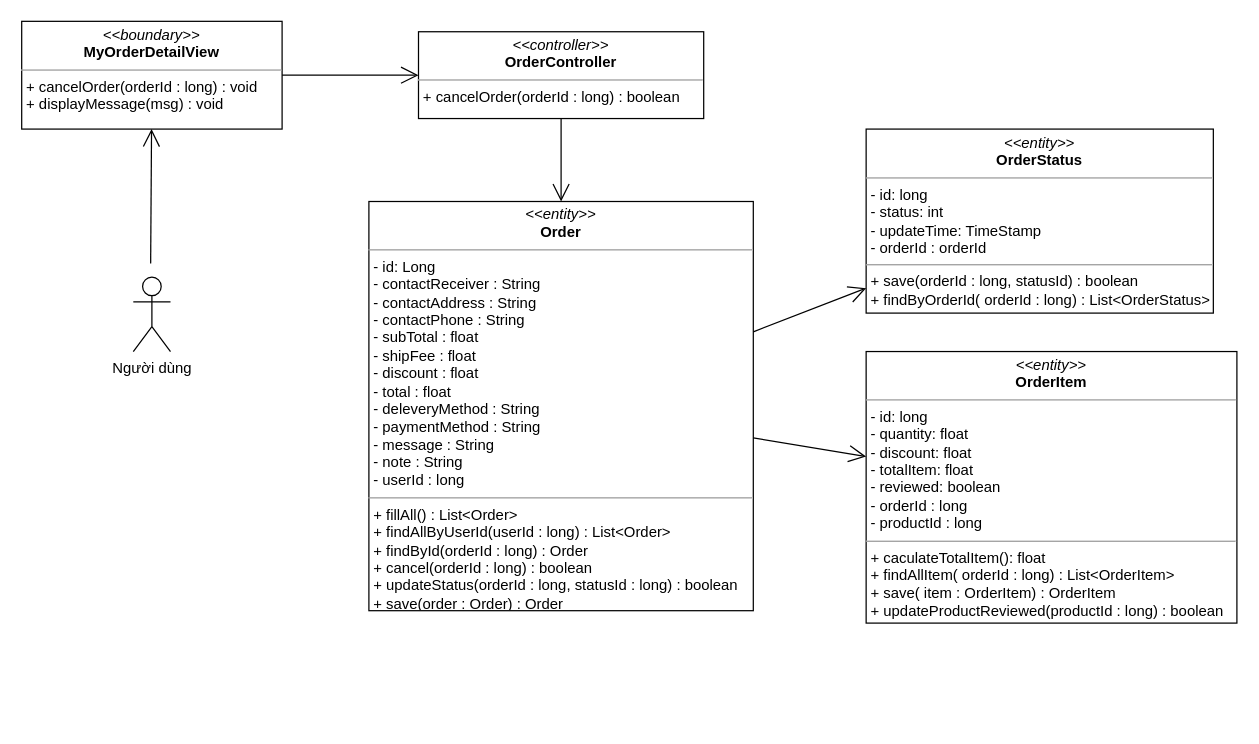
This is class diagram/cancel-order-class-diagram.drawio from nguyenphamvan/datn_20202, a draw.io file, before an edit. Source tidied: cells renumbered, new cells numbered last; positions are measured from the earlier drawing's top-left corner, leaving out a move shared by most shapes. Both pictures are drawn from the tidied source at 124%, with x=0, y=0 at pixel (21, 21).
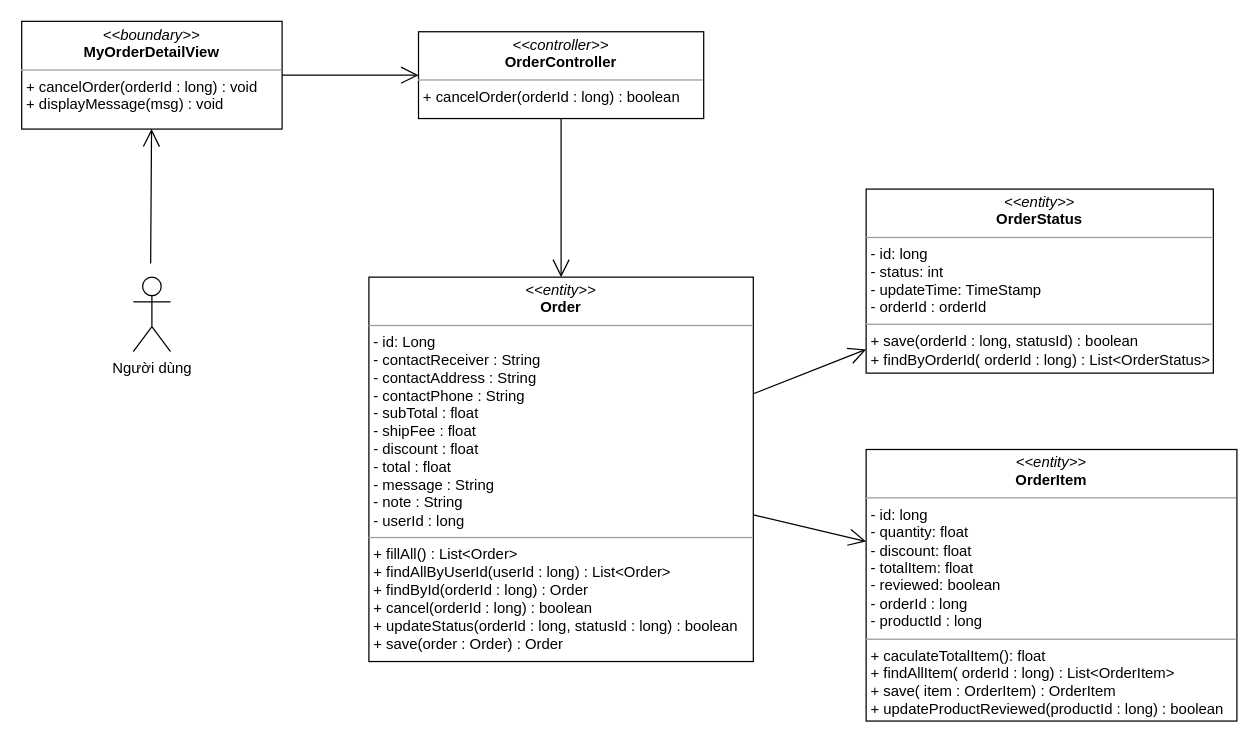
Above is the later version.

Change to the diagram source:
```diff
@@
 <mxGraphModel>
   <root>
     <mxCell id="0" />
     <mxCell id="1" parent="0" />
     <mxCell id="2" value="&lt;p style=&quot;margin: 0px ; margin-top: 4px ; text-align: center&quot;&gt;&lt;i&gt;&amp;lt;&amp;lt;boundary&amp;gt;&amp;gt;&lt;/i&gt;&lt;br&gt;&lt;b&gt;MyOrderDetailView&lt;/b&gt;&lt;/p&gt;&lt;hr size=&quot;1&quot;&gt;&lt;p style=&quot;margin: 0px ; margin-left: 4px&quot;&gt;&lt;span&gt;+ cancelOrder(orderId : long) : void&lt;/span&gt;&lt;/p&gt;&lt;p style=&quot;margin: 0px ; margin-left: 4px&quot;&gt;&lt;span&gt;+ displayMessage(msg) : void&amp;nbsp;&lt;/span&gt;&lt;/p&gt;" style="verticalAlign=top;align=left;overflow=fill;fontSize=12;fontFamily=Helvetica;html=1;" parent="1" vertex="1">
       <mxGeometry y="-0.3" width="210" height="86.9" as="geometry" />
     </mxCell>
     <mxCell id="3" style="endArrow=open;endFill=1;endSize=12;html=1;exitX=1;exitY=0.5;exitDx=0;exitDy=0;" parent="1" edge="1" source="2" target="4">
       <mxGeometry relative="1" as="geometry" />
     </mxCell>
     <mxCell id="4" value="&lt;p style=&quot;margin: 0px ; margin-top: 4px ; text-align: center&quot;&gt;&lt;i&gt;&amp;lt;&amp;lt;controller&amp;gt;&amp;gt;&lt;/i&gt;&lt;br&gt;&lt;b&gt;OrderController&lt;/b&gt;&lt;/p&gt;&lt;hr size=&quot;1&quot;&gt;&lt;p style=&quot;margin: 0px ; margin-left: 4px&quot;&gt;+ cancelOrder(orderId : long) : boolean&lt;br&gt;&lt;/p&gt;" style="verticalAlign=top;align=left;overflow=fill;fontSize=12;fontFamily=Helvetica;html=1;" parent="1" vertex="1">
       <mxGeometry x="320" y="8.1" width="230" height="70" as="geometry" />
     </mxCell>
     <mxCell id="5" style="endArrow=open;endFill=1;endSize=12;html=1;" parent="1" edge="1" source="4" target="8">
       <mxGeometry relative="1" as="geometry" />
     </mxCell>
     <mxCell id="6" value="&lt;p style=&quot;margin: 0px ; margin-top: 4px ; text-align: center&quot;&gt;&lt;i&gt;&amp;lt;&amp;lt;entity&amp;gt;&amp;gt;&lt;/i&gt;&lt;br&gt;&lt;b&gt;OrderItem&lt;/b&gt;&lt;/p&gt;&lt;hr size=&quot;1&quot;&gt;&lt;p style=&quot;margin: 0px ; margin-left: 4px&quot;&gt;- id: long&lt;/p&gt;&lt;p style=&quot;margin: 0px ; margin-left: 4px&quot;&gt;- quantity: float&lt;br&gt;- discount: float&lt;/p&gt;&lt;p style=&quot;margin: 0px ; margin-left: 4px&quot;&gt;- totalItem: float&lt;/p&gt;&lt;p style=&quot;margin: 0px ; margin-left: 4px&quot;&gt;- reviewed: boolean&lt;/p&gt;&lt;p style=&quot;margin: 0px ; margin-left: 4px&quot;&gt;- orderId : long&lt;/p&gt;&lt;p style=&quot;margin: 0px ; margin-left: 4px&quot;&gt;- productId : long&lt;/p&gt;&lt;hr size=&quot;1&quot;&gt;&lt;p style=&quot;margin: 0px 0px 0px 4px&quot;&gt;+ caculateTotalItem(): float&lt;br&gt;&lt;/p&gt;&lt;p style=&quot;margin: 0px 0px 0px 4px&quot;&gt;+ findAllItem( orderId : long) : List&amp;lt;OrderItem&amp;gt;&lt;br&gt;&lt;/p&gt;&lt;p style=&quot;margin: 0px 0px 0px 4px&quot;&gt;+ save( item : OrderItem) : OrderItem&lt;/p&gt;&lt;p style=&quot;margin: 0px 0px 0px 4px&quot;&gt;+ updateProductReviewed(productId : long) : boolean&lt;/p&gt;" style="verticalAlign=top;align=left;overflow=fill;fontSize=12;fontFamily=Helvetica;html=1;" parent="1" vertex="1">
-      <mxGeometry x="681" y="266" width="299" height="219" as="geometry" />
+      <mxGeometry x="681" y="345" width="299" height="219" as="geometry" />
     </mxCell>
     <mxCell id="7" value="&lt;p style=&quot;margin: 0px ; margin-top: 4px ; text-align: center&quot;&gt;&lt;i&gt;&amp;lt;&amp;lt;entity&amp;gt;&amp;gt;&lt;/i&gt;&lt;br&gt;&lt;b&gt;OrderStatus&lt;/b&gt;&lt;/p&gt;&lt;hr size=&quot;1&quot;&gt;&lt;p style=&quot;margin: 0px ; margin-left: 4px&quot;&gt;- id: long&lt;/p&gt;&lt;p style=&quot;margin: 0px ; margin-left: 4px&quot;&gt;- status: int&lt;br&gt;- updateTime: TimeStamp&lt;/p&gt;&lt;p style=&quot;margin: 0px ; margin-left: 4px&quot;&gt;- orderId : orderId&lt;/p&gt;&lt;hr size=&quot;1&quot;&gt;&lt;p style=&quot;margin: 0px 0px 0px 4px&quot;&gt;+ save(orderId : long, statusId) : boolean&lt;/p&gt;&lt;p style=&quot;margin: 0px 0px 0px 4px&quot;&gt;+ findByOrderId( orderId : long) : List&amp;lt;OrderStatus&amp;gt;&lt;/p&gt;" style="verticalAlign=top;align=left;overflow=fill;fontSize=12;fontFamily=Helvetica;html=1;" parent="1" vertex="1">
-      <mxGeometry x="681" y="86.6" width="280" height="148.4" as="geometry" />
+      <mxGeometry x="681" y="135" width="280" height="148.4" as="geometry" />
     </mxCell>
-    <mxCell id="8" value="&lt;p style=&quot;margin: 0px ; margin-top: 4px ; text-align: center&quot;&gt;&lt;i&gt;&amp;lt;&amp;lt;entity&amp;gt;&amp;gt;&lt;/i&gt;&lt;br&gt;&lt;b&gt;Order&lt;/b&gt;&lt;/p&gt;&lt;hr size=&quot;1&quot;&gt;&lt;p style=&quot;margin: 0px ; margin-left: 4px&quot;&gt;- id: Long&lt;/p&gt;&lt;p style=&quot;margin: 0px 0px 0px 4px&quot;&gt;- contactReceiver : String&lt;/p&gt;&lt;p style=&quot;margin: 0px 0px 0px 4px&quot;&gt;- contactAddress : String&lt;/p&gt;&lt;p style=&quot;margin: 0px 0px 0px 4px&quot;&gt;- contactPhone : String&lt;/p&gt;&lt;p style=&quot;margin: 0px 0px 0px 4px&quot;&gt;- subTotal : float&lt;/p&gt;&lt;p style=&quot;margin: 0px 0px 0px 4px&quot;&gt;- shipFee : float&lt;/p&gt;&lt;p style=&quot;margin: 0px 0px 0px 4px&quot;&gt;- discount : float&lt;/p&gt;&lt;p style=&quot;margin: 0px 0px 0px 4px&quot;&gt;- total : float&lt;/p&gt;&lt;p style=&quot;margin: 0px 0px 0px 4px&quot;&gt;- deleveryMethod : String&lt;/p&gt;&lt;p style=&quot;margin: 0px 0px 0px 4px&quot;&gt;- paymentMethod : String&lt;/p&gt;&lt;p style=&quot;margin: 0px 0px 0px 4px&quot;&gt;- message : String&lt;/p&gt;&lt;p style=&quot;margin: 0px 0px 0px 4px&quot;&gt;- note : String&lt;/p&gt;&lt;p style=&quot;margin: 0px 0px 0px 4px&quot;&gt;- userId : long&lt;/p&gt;&lt;hr size=&quot;1&quot;&gt;&lt;p style=&quot;margin: 0px 0px 0px 4px&quot;&gt;+ fillAll() : List&amp;lt;Order&amp;gt;&lt;/p&gt;&lt;p style=&quot;margin: 0px 0px 0px 4px&quot;&gt;+ findAllByUserId(userId : long) : List&amp;lt;Order&amp;gt;&lt;/p&gt;&lt;p style=&quot;margin: 0px 0px 0px 4px&quot;&gt;+ findById(orderId : long) : Order&lt;br&gt;&lt;/p&gt;&lt;p style=&quot;margin: 0px 0px 0px 4px&quot;&gt;+ cancel(orderId : long) : boolean&lt;br&gt;&lt;/p&gt;&lt;p style=&quot;margin: 0px 0px 0px 4px&quot;&gt;+ updateStatus(orderId : long, statusId : long) : boolean&lt;/p&gt;&lt;p style=&quot;margin: 0px 0px 0px 4px&quot;&gt;+ save(order : Order) : Order&lt;/p&gt;" style="verticalAlign=top;align=left;overflow=fill;fontSize=12;fontFamily=Helvetica;html=1;" parent="1" vertex="1">
-      <mxGeometry x="280" y="145" width="310" height="330" as="geometry" />
+    <mxCell id="8" value="&lt;p style=&quot;margin: 0px ; margin-top: 4px ; text-align: center&quot;&gt;&lt;i&gt;&amp;lt;&amp;lt;entity&amp;gt;&amp;gt;&lt;/i&gt;&lt;br&gt;&lt;b&gt;Order&lt;/b&gt;&lt;/p&gt;&lt;hr size=&quot;1&quot;&gt;&lt;p style=&quot;margin: 0px ; margin-left: 4px&quot;&gt;- id: Long&lt;/p&gt;&lt;p style=&quot;margin: 0px 0px 0px 4px&quot;&gt;- contactReceiver : String&lt;/p&gt;&lt;p style=&quot;margin: 0px 0px 0px 4px&quot;&gt;- contactAddress : String&lt;/p&gt;&lt;p style=&quot;margin: 0px 0px 0px 4px&quot;&gt;- contactPhone : String&lt;/p&gt;&lt;p style=&quot;margin: 0px 0px 0px 4px&quot;&gt;- subTotal : float&lt;/p&gt;&lt;p style=&quot;margin: 0px 0px 0px 4px&quot;&gt;- shipFee : float&lt;/p&gt;&lt;p style=&quot;margin: 0px 0px 0px 4px&quot;&gt;- discount : float&lt;/p&gt;&lt;p style=&quot;margin: 0px 0px 0px 4px&quot;&gt;- total : float&lt;/p&gt;&lt;p style=&quot;margin: 0px 0px 0px 4px&quot;&gt;&lt;span&gt;- message : String&lt;/span&gt;&lt;br&gt;&lt;/p&gt;&lt;p style=&quot;margin: 0px 0px 0px 4px&quot;&gt;- note : String&lt;/p&gt;&lt;p style=&quot;margin: 0px 0px 0px 4px&quot;&gt;- userId : long&lt;/p&gt;&lt;hr size=&quot;1&quot;&gt;&lt;p style=&quot;margin: 0px 0px 0px 4px&quot;&gt;+ fillAll() : List&amp;lt;Order&amp;gt;&lt;/p&gt;&lt;p style=&quot;margin: 0px 0px 0px 4px&quot;&gt;+ findAllByUserId(userId : long) : List&amp;lt;Order&amp;gt;&lt;/p&gt;&lt;p style=&quot;margin: 0px 0px 0px 4px&quot;&gt;+ findById(orderId : long) : Order&lt;br&gt;&lt;/p&gt;&lt;p style=&quot;margin: 0px 0px 0px 4px&quot;&gt;+ cancel(orderId : long) : boolean&lt;br&gt;&lt;/p&gt;&lt;p style=&quot;margin: 0px 0px 0px 4px&quot;&gt;+ updateStatus(orderId : long, statusId : long) : boolean&lt;/p&gt;&lt;p style=&quot;margin: 0px 0px 0px 4px&quot;&gt;+ save(order : Order) : Order&lt;/p&gt;" style="verticalAlign=top;align=left;overflow=fill;fontSize=12;fontFamily=Helvetica;html=1;" parent="1" vertex="1">
+      <mxGeometry x="280" y="206" width="310" height="310" as="geometry" />
     </mxCell>
     <mxCell id="9" style="endArrow=open;endFill=1;endSize=12;html=1;" parent="1" edge="1" source="8" target="7">
       <mxGeometry relative="1" as="geometry" />
     </mxCell>
     <mxCell id="10" style="endArrow=open;endFill=1;endSize=12;html=1;" parent="1" edge="1" source="8" target="6">
       <mxGeometry relative="1" as="geometry" />
     </mxCell>
     <mxCell id="11" value="Người dùng" style="shape=umlActor;verticalLabelPosition=bottom;verticalAlign=top;html=1;" parent="1" vertex="1">
       <mxGeometry x="90" y="206" width="30" height="60" as="geometry" />
     </mxCell>
     <mxCell id="12" style="endArrow=open;endFill=1;endSize=12;html=1;" parent="1" edge="1" target="2">
       <mxGeometry relative="1" as="geometry">
         <mxPoint x="104" y="195" as="sourcePoint" />
       </mxGeometry>
     </mxCell>
   </root>
 </mxGraphModel>
```
